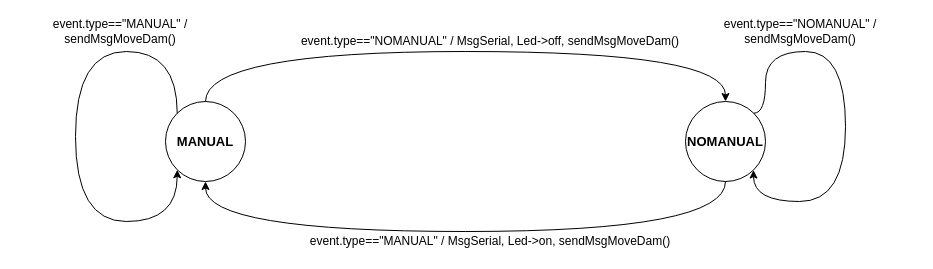
Before: Untitled Diagram.drawio in aleshark87/Smart-Dam, a draw.io diagram. Source tidied: cells renumbered, new cells numbered last; positions are measured from the earlier drawing's top-left corner, leaving out a move shared by most shapes. Both pictures are drawn from the tidied source at 100%, with x=0, y=0 at pixel (35, 21).
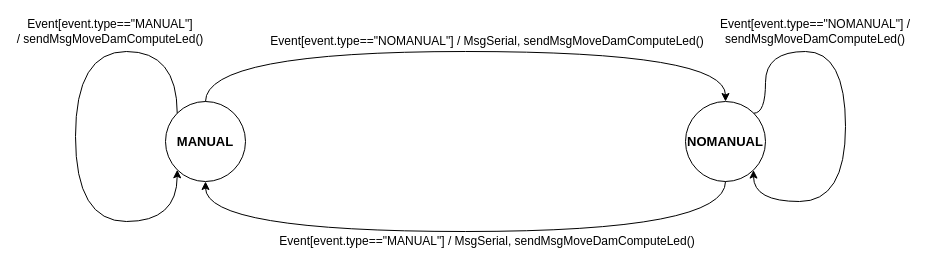
The same page after the edit.

Change to the diagram source:
```diff
@@
-    <mxCell id="5" value="event.type==&quot;NOMANUAL&quot; / MsgSerial, Led-&amp;gt;off, sendMsgMoveDam()" style="text;html=1;strokeColor=none;fillColor=none;align=center;verticalAlign=middle;whiteSpace=wrap;rounded=0;" parent="1" vertex="1">
-      <mxGeometry x="210" y="10" width="490" height="20" as="geometry" />
+    <mxCell id="5" value="Event[event.type==&quot;NOMANUAL&quot;] / MsgSerial,&amp;nbsp;sendMsgMoveDamComputeLed()" style="text;html=1;strokeColor=none;fillColor=none;align=center;verticalAlign=middle;whiteSpace=wrap;rounded=0;" parent="1" vertex="1">
+      <mxGeometry x="207" y="10" width="490" height="20" as="geometry" />
     </mxCell>
@@
-    <mxCell id="7" value="event.type==&quot;NOMANUAL&quot; / sendMsgMoveDam()" style="text;html=1;strokeColor=none;fillColor=none;align=center;verticalAlign=middle;whiteSpace=wrap;rounded=0;" parent="1" vertex="1">
-      <mxGeometry x="680" width="170" height="20" as="geometry" />
+    <mxCell id="7" value="Event[event.type==&quot;NOMANUAL&quot;] / sendMsgMoveDamComputeLed()" style="text;html=1;strokeColor=none;fillColor=none;align=center;verticalAlign=middle;whiteSpace=wrap;rounded=0;" parent="1" vertex="1">
+      <mxGeometry x="680" width="200" height="20" as="geometry" />
     </mxCell>
@@
-    <mxCell id="9" value="event.type==&quot;MANUAL&quot; / MsgSerial, Led-&amp;gt;on, sendMsgMoveDam()" style="text;html=1;strokeColor=none;fillColor=none;align=center;verticalAlign=middle;whiteSpace=wrap;rounded=0;" parent="1" vertex="1">
-      <mxGeometry x="185" y="210" width="540" height="20" as="geometry" />
+    <mxCell id="9" value="Event[event.type==&quot;MANUAL&quot;] / MsgSerial,&amp;nbsp;sendMsgMoveDamComputeLed()" style="text;html=1;strokeColor=none;fillColor=none;align=center;verticalAlign=middle;whiteSpace=wrap;rounded=0;" parent="1" vertex="1">
+      <mxGeometry x="182" y="210" width="540" height="20" as="geometry" />
     </mxCell>
@@
-    <mxCell id="11" value="event.type==&quot;MANUAL&quot; / sendMsgMoveDam()" style="text;html=1;strokeColor=none;fillColor=none;align=center;verticalAlign=middle;whiteSpace=wrap;rounded=0;" parent="1" vertex="1">
-      <mxGeometry width="170" height="20" as="geometry" />
+    <mxCell id="11" value="Event[event.type==&quot;MANUAL&quot;] /&amp;nbsp;sendMsgMoveDamComputeLed()" style="text;html=1;strokeColor=none;fillColor=none;align=center;verticalAlign=middle;whiteSpace=wrap;rounded=0;" parent="1" vertex="1">
+      <mxGeometry width="150" height="20" as="geometry" />
     </mxCell>
```
